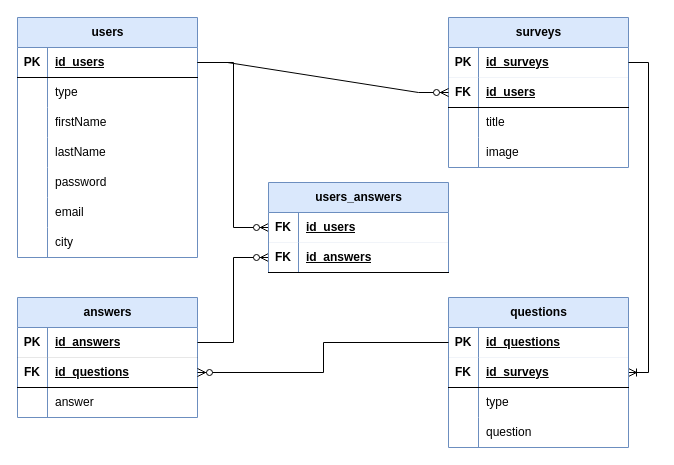
This is doc/MLD-Lombardo-TPI.drawio from Robi2004/survey, a draw.io file, before an edit. Source tidied: cells renumbered, new cells numbered last; positions are measured from the earlier drawing's top-left corner, leaving out a move shared by most shapes. Both pictures are drawn from the tidied source at 100%, with x=0, y=0 at pixel (17, 17).
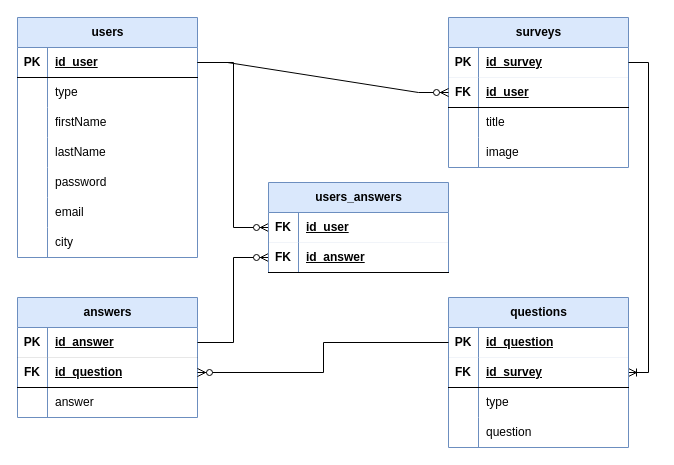
After the change.

The change refers to these unchanged cells:
```xml
<mxCell id="3" style="shape=tableRow;horizontal=0;startSize=0;swimlaneHead=0;swimlaneBody=0;fillColor=none;points=[[0,0.5],[1,0.5]];portConstraint=eastwest;top=0;left=0;right=0;bottom=1;strokeColor=inherit;strokeWidth=0;" parent="2" vertex="1">
  <mxGeometry y="30" width="180" height="30" as="geometry" />
</mxCell>
<mxCell id="6" style="shape=tableRow;horizontal=0;startSize=0;swimlaneHead=0;swimlaneBody=0;fillColor=none;points=[[0,0.5],[1,0.5]];portConstraint=eastwest;top=0;left=0;right=0;bottom=1;" parent="2" vertex="1">
  <mxGeometry y="60" width="180" height="30" as="geometry" />
</mxCell>
<mxCell id="16" style="shape=tableRow;horizontal=0;startSize=0;swimlaneHead=0;swimlaneBody=0;fillColor=none;points=[[0,0.5],[1,0.5]];portConstraint=eastwest;top=0;left=0;right=0;bottom=1;" parent="15" vertex="1">
  <mxGeometry y="30" width="180" height="30" as="geometry" />
</mxCell>
<mxCell id="39" style="shape=tableRow;horizontal=0;startSize=0;swimlaneHead=0;swimlaneBody=0;fillColor=none;points=[[0,0.5],[1,0.5]];portConstraint=eastwest;top=0;left=0;right=0;bottom=1;strokeWidth=0;" parent="38" vertex="1">
  <mxGeometry y="30" width="180" height="30" as="geometry" />
</mxCell>
<mxCell id="42" style="shape=tableRow;horizontal=0;startSize=0;swimlaneHead=0;swimlaneBody=0;fillColor=none;points=[[0,0.5],[1,0.5]];portConstraint=eastwest;top=0;left=0;right=0;bottom=1;" parent="38" vertex="1">
  <mxGeometry y="60" width="180" height="30" as="geometry" />
</mxCell>
<mxCell id="50" style="shape=tableRow;horizontal=0;startSize=0;swimlaneHead=0;swimlaneBody=0;fillColor=none;points=[[0,0.5],[1,0.5]];portConstraint=eastwest;top=0;left=0;right=0;bottom=1;strokeWidth=0;strokeColor=inherit;" parent="49" vertex="1">
  <mxGeometry y="30" width="180" height="30" as="geometry" />
</mxCell>
<mxCell id="53" style="shape=tableRow;horizontal=0;startSize=0;swimlaneHead=0;swimlaneBody=0;fillColor=none;points=[[0,0.5],[1,0.5]];portConstraint=eastwest;top=0;left=0;right=0;bottom=1;strokeWidth=1;strokeColor=default;" parent="49" vertex="1">
  <mxGeometry y="60" width="180" height="30" as="geometry" />
</mxCell>
<mxCell id="66" style="shape=tableRow;horizontal=0;startSize=0;swimlaneHead=0;swimlaneBody=0;fillColor=none;points=[[0,0.5],[1,0.5]];portConstraint=eastwest;top=0;left=0;right=0;bottom=1;strokeColor=inherit;strokeWidth=0;" parent="65" vertex="1">
  <mxGeometry y="30" width="180" height="30" as="geometry" />
</mxCell>
<mxCell id="69" style="shape=tableRow;horizontal=0;startSize=0;swimlaneHead=0;swimlaneBody=0;fillColor=none;points=[[0,0.5],[1,0.5]];portConstraint=eastwest;top=0;left=0;right=0;bottom=1;" parent="65" vertex="1">
  <mxGeometry y="60" width="180" height="30" as="geometry" />
</mxCell>
```

Change to the diagram source:
```diff
@@
-    <mxCell id="5" value="id_surveys" style="shape=partialRectangle;fillColor=none;top=0;left=0;bottom=0;right=0;align=left;spacingLeft=6;fontStyle=5;overflow=hidden;whiteSpace=wrap;html=1;" parent="3" vertex="1">
+    <mxCell id="5" value="id_survey" style="shape=partialRectangle;fillColor=none;top=0;left=0;bottom=0;right=0;align=left;spacingLeft=6;fontStyle=5;overflow=hidden;whiteSpace=wrap;html=1;" parent="3" vertex="1">
       <mxGeometry x="30" width="150" height="30" as="geometry" />
     </mxCell>
@@
-    <mxCell id="8" value="id_users" style="shape=partialRectangle;fillColor=none;top=0;left=0;bottom=0;right=0;align=left;spacingLeft=6;fontStyle=5;overflow=hidden;whiteSpace=wrap;html=1;" parent="6" vertex="1">
+    <mxCell id="8" value="id_user" style="shape=partialRectangle;fillColor=none;top=0;left=0;bottom=0;right=0;align=left;spacingLeft=6;fontStyle=5;overflow=hidden;whiteSpace=wrap;html=1;" parent="6" vertex="1">
       <mxGeometry x="30" width="150" height="30" as="geometry" />
     </mxCell>
@@
-    <mxCell id="18" value="id_users" style="shape=partialRectangle;fillColor=none;top=0;left=0;bottom=0;right=0;align=left;spacingLeft=6;fontStyle=5;overflow=hidden;whiteSpace=wrap;html=1;" parent="16" vertex="1">
+    <mxCell id="18" value="id_user" style="shape=partialRectangle;fillColor=none;top=0;left=0;bottom=0;right=0;align=left;spacingLeft=6;fontStyle=5;overflow=hidden;whiteSpace=wrap;html=1;" parent="16" vertex="1">
       <mxGeometry x="30" width="150" height="30" as="geometry" />
     </mxCell>
@@
-    <mxCell id="41" value="id_answers" style="shape=partialRectangle;fillColor=none;top=0;left=0;bottom=0;right=0;align=left;spacingLeft=6;fontStyle=5;overflow=hidden;whiteSpace=wrap;html=1;" parent="39" vertex="1">
+    <mxCell id="41" value="id_answer" style="shape=partialRectangle;fillColor=none;top=0;left=0;bottom=0;right=0;align=left;spacingLeft=6;fontStyle=5;overflow=hidden;whiteSpace=wrap;html=1;" parent="39" vertex="1">
       <mxGeometry x="30" width="150" height="30" as="geometry" />
     </mxCell>
@@
-    <mxCell id="44" value="id_questions" style="shape=partialRectangle;fillColor=none;top=0;left=0;bottom=0;right=0;align=left;spacingLeft=6;fontStyle=5;overflow=hidden;whiteSpace=wrap;html=1;" parent="42" vertex="1">
+    <mxCell id="44" value="id_question" style="shape=partialRectangle;fillColor=none;top=0;left=0;bottom=0;right=0;align=left;spacingLeft=6;fontStyle=5;overflow=hidden;whiteSpace=wrap;html=1;" parent="42" vertex="1">
       <mxGeometry x="30" width="150" height="30" as="geometry" />
     </mxCell>
@@
-    <mxCell id="52" value="id_questions" style="shape=partialRectangle;fillColor=none;top=0;left=0;bottom=0;right=0;align=left;spacingLeft=6;fontStyle=5;overflow=hidden;whiteSpace=wrap;html=1;" parent="50" vertex="1">
+    <mxCell id="52" value="id_question" style="shape=partialRectangle;fillColor=none;top=0;left=0;bottom=0;right=0;align=left;spacingLeft=6;fontStyle=5;overflow=hidden;whiteSpace=wrap;html=1;" parent="50" vertex="1">
       <mxGeometry x="30" width="150" height="30" as="geometry" />
     </mxCell>
@@
-    <mxCell id="55" value="id_surveys" style="shape=partialRectangle;fillColor=none;top=0;left=0;bottom=0;right=0;align=left;spacingLeft=6;fontStyle=5;overflow=hidden;whiteSpace=wrap;html=1;" parent="53" vertex="1">
+    <mxCell id="55" value="id_survey" style="shape=partialRectangle;fillColor=none;top=0;left=0;bottom=0;right=0;align=left;spacingLeft=6;fontStyle=5;overflow=hidden;whiteSpace=wrap;html=1;" parent="53" vertex="1">
       <mxGeometry x="30" width="150" height="30" as="geometry" />
     </mxCell>
@@
-    <mxCell id="68" value="id_users" style="shape=partialRectangle;fillColor=none;top=0;left=0;bottom=0;right=0;align=left;spacingLeft=6;fontStyle=5;overflow=hidden;whiteSpace=wrap;html=1;" parent="66" vertex="1">
+    <mxCell id="68" value="id_user" style="shape=partialRectangle;fillColor=none;top=0;left=0;bottom=0;right=0;align=left;spacingLeft=6;fontStyle=5;overflow=hidden;whiteSpace=wrap;html=1;" parent="66" vertex="1">
       <mxGeometry x="30" width="150" height="30" as="geometry" />
     </mxCell>
@@
-    <mxCell id="71" value="id_answers" style="shape=partialRectangle;fillColor=none;top=0;left=0;bottom=0;right=0;align=left;spacingLeft=6;fontStyle=5;overflow=hidden;whiteSpace=wrap;html=1;" parent="69" vertex="1">
+    <mxCell id="71" value="id_answer" style="shape=partialRectangle;fillColor=none;top=0;left=0;bottom=0;right=0;align=left;spacingLeft=6;fontStyle=5;overflow=hidden;whiteSpace=wrap;html=1;" parent="69" vertex="1">
       <mxGeometry x="30" width="150" height="30" as="geometry" />
     </mxCell>
```
